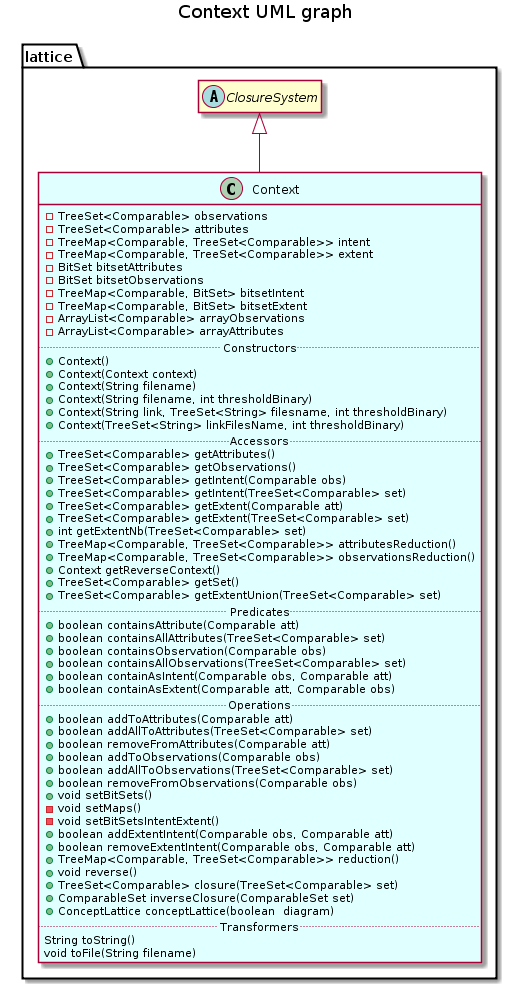
Before: api/lattice/Context.png, a diagram exported from PlantUML (EstrellaRL/java-lattices).
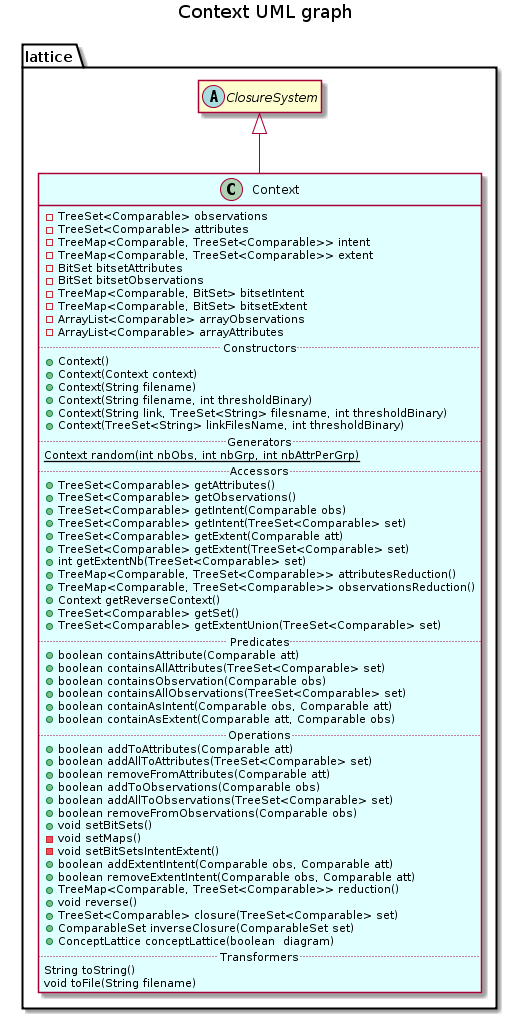
The same diagram one commit later.

Change to the diagram source:
```diff
@@ -18,6 +18,8 @@
         +Context(String filename, int thresholdBinary)
         +Context(String link, TreeSet<String> filesname, int thresholdBinary)
         +Context(TreeSet<String> linkFilesName, int thresholdBinary)
+        .. Generators ..
+        {static}+Context random(int nbObs, int nbGrp, int nbAttrPerGrp)
         .. Accessors ..
         +TreeSet<Comparable> getAttributes()
         +TreeSet<Comparable> getObservations()
```
